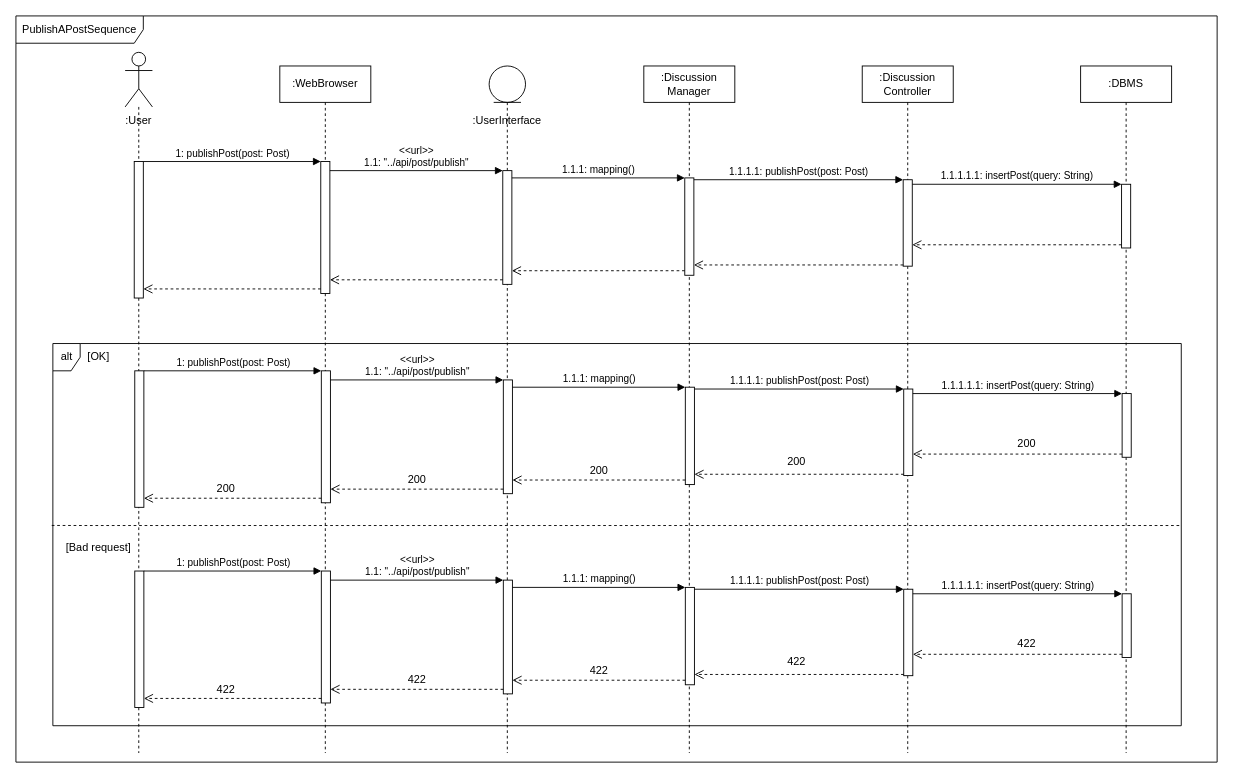
Before: page "PublishAPostUser" (5 of 18) of DD Diagrams/RunTimeViewDiagram.drawio in matteovisotto/SE2-CecchettoSirianiVisotto, a draw.io diagram. Source tidied: cells renumbered, new cells numbered last; positions are measured from the earlier drawing's top-left corner, leaving out a move shared by most shapes. Both pictures are drawn from the tidied source at 91%, with x=0, y=0 at pixel (15, 15).
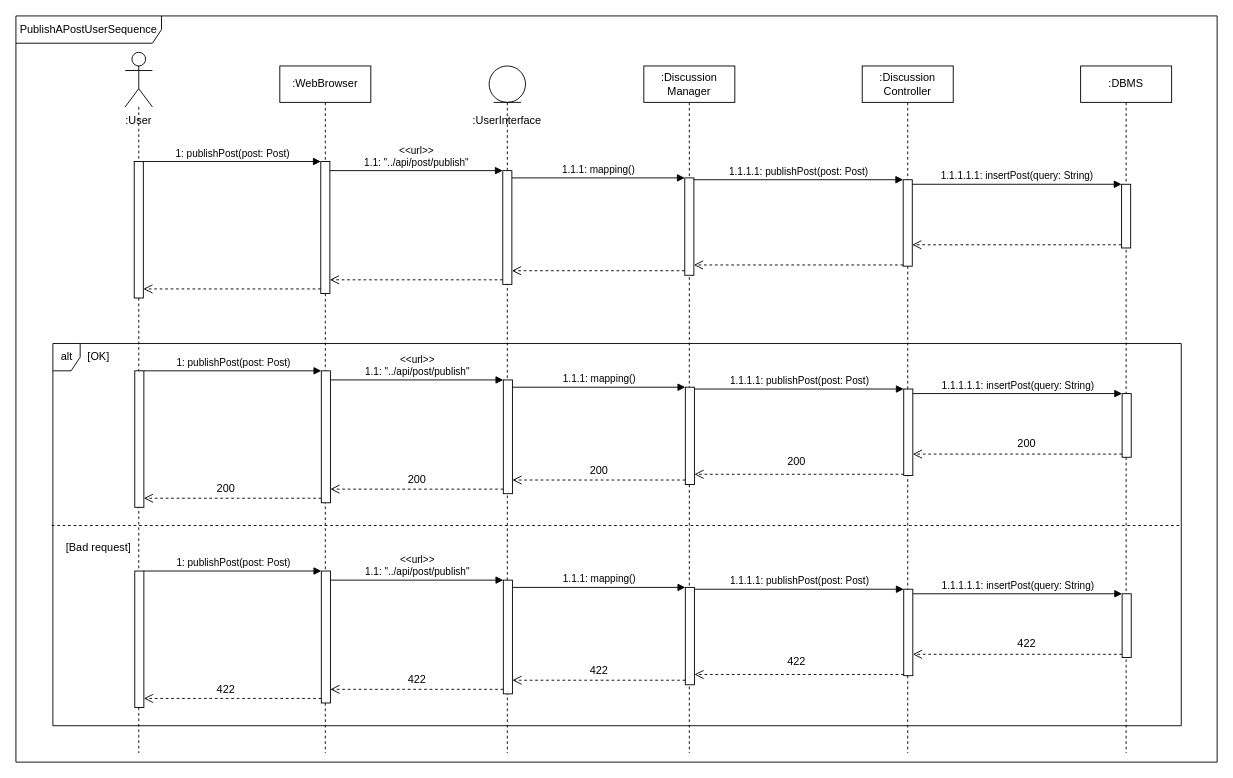
Above is the later version.

Diff of the diagram source:
```diff
@@
-    <mxCell id="2" value="PublishAPostSequence" style="shape=umlFrame;whiteSpace=wrap;html=1;width=140;height=30;" parent="1" vertex="1">
+    <mxCell id="2" value="PublishAPostUserSequence" style="shape=umlFrame;whiteSpace=wrap;html=1;width=160;height=30;" parent="1" vertex="1">
       <mxGeometry width="1320" height="820" as="geometry" />
     </mxCell>
```
